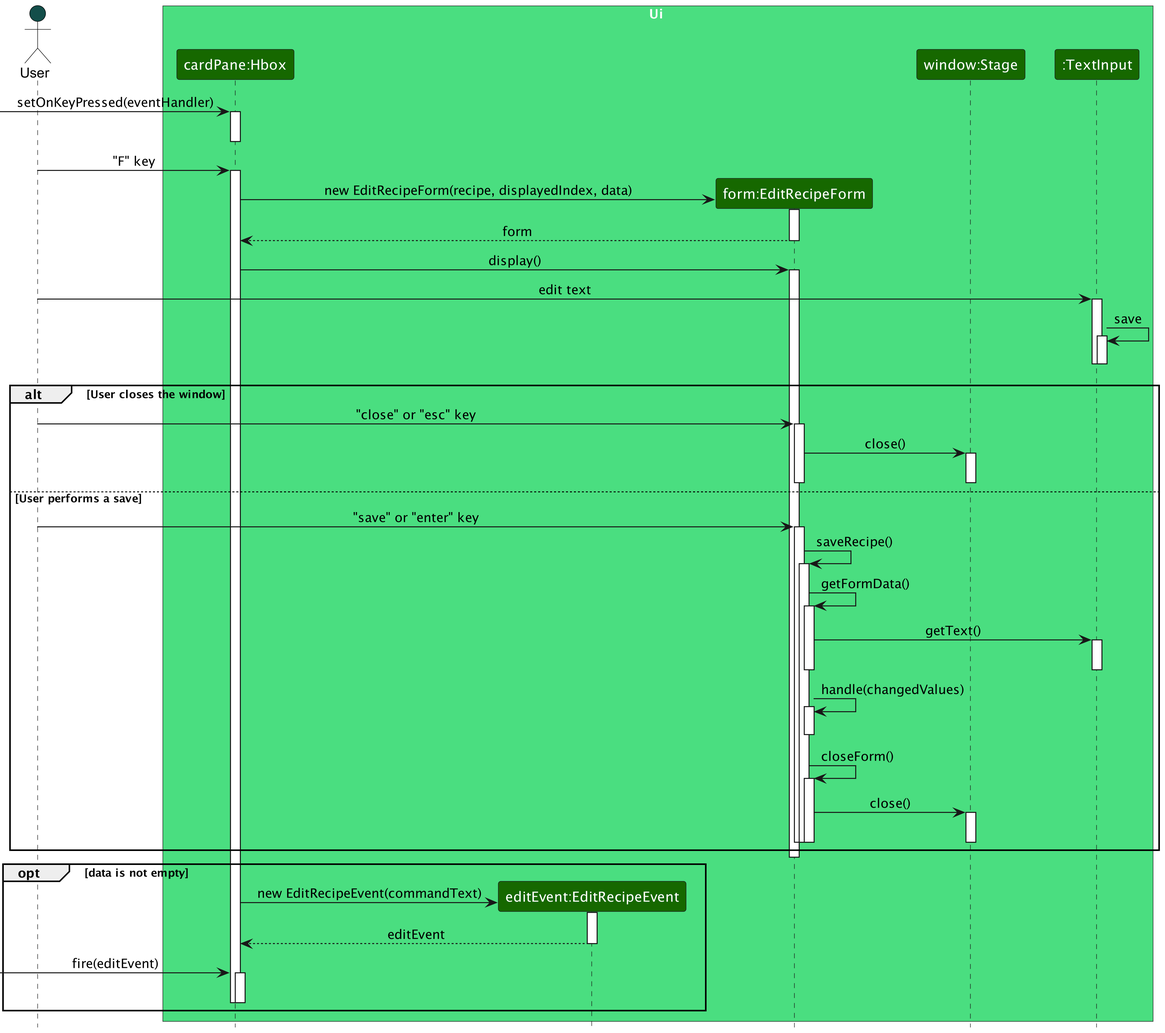
The PlantUML diagram docs/images/EditRecipeFormSequenceDiagram.png in nus-cs2103-AY2223S2/tp, before a commit.
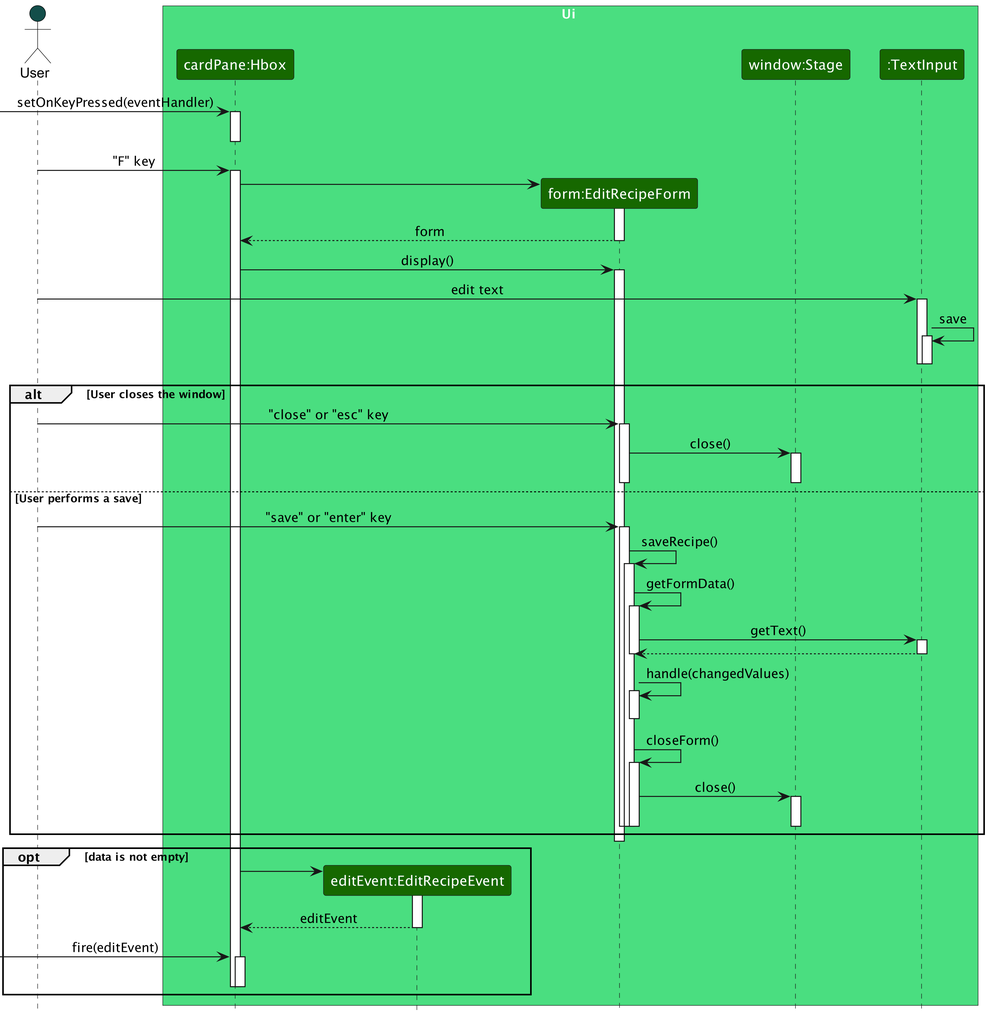
Above is the later version.

Commit message:
Add updated edit seq diag

What changed in the source:
```diff
@@ -19,7 +19,7 @@
 activate cardPane
 
 create EditRecipeForm
-cardPane -> EditRecipeForm : new EditRecipeForm(recipe, displayedIndex, data)
+cardPane -> EditRecipeForm
 activate EditRecipeForm
 
 EditRecipeForm --> cardPane : form
@@ -60,6 +60,7 @@
 
   EditRecipeForm -> TextInput : getText()
   activate TextInput
+  TextInput --> EditRecipeForm
   deactivate TextInput
 
   deactivate EditRecipeForm
@@ -87,7 +88,7 @@
 
 opt data is not empty
   create editEvent
-  cardPane -> editEvent : new EditRecipeEvent(commandText)
+  cardPane -> editEvent
   activate editEvent
 
   editEvent --> cardPane : editEvent
```
